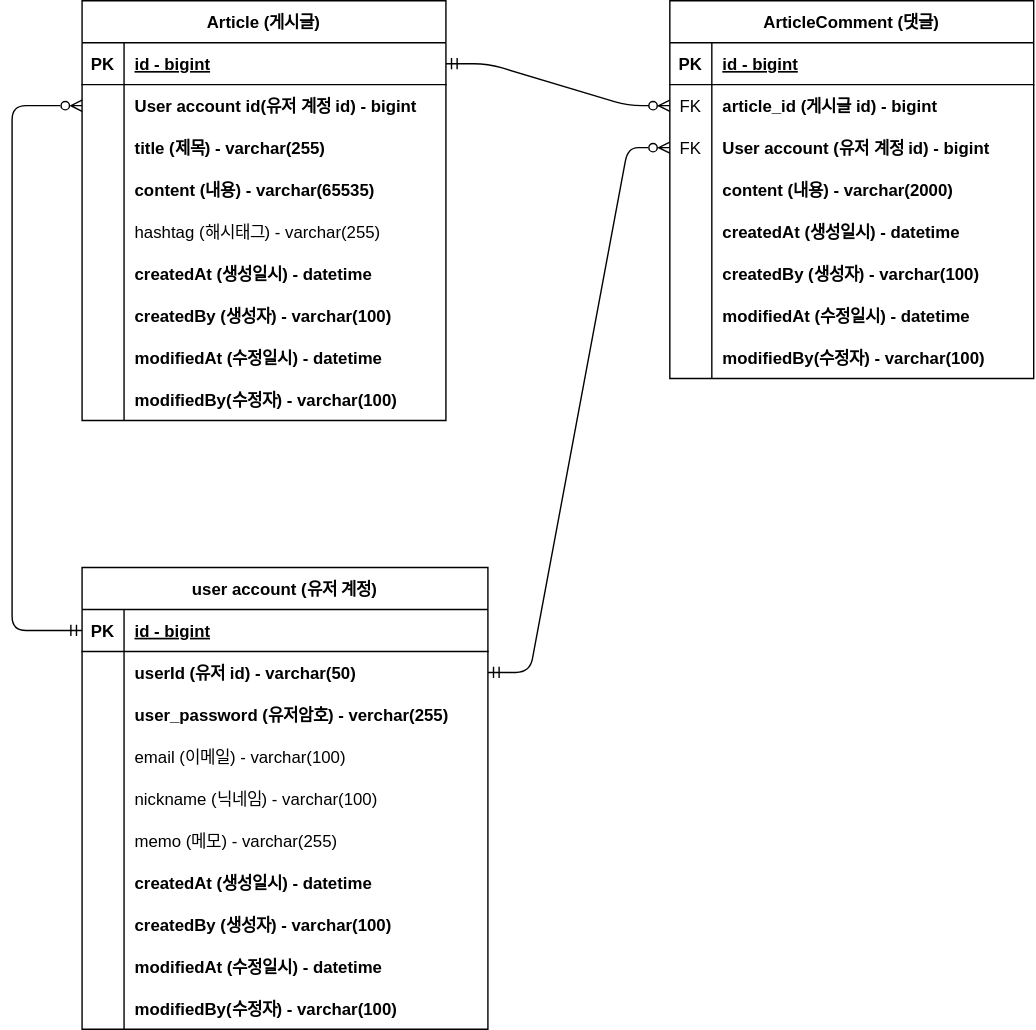
Above: 2.board-service/document/project-board-erd.svg in futuremaker019/several-project-practice (draw.io), before the change. Source tidied: cells renumbered, new cells last; positions are measured from the earlier drawing's top-left corner, leaving out a move shared by most shapes.
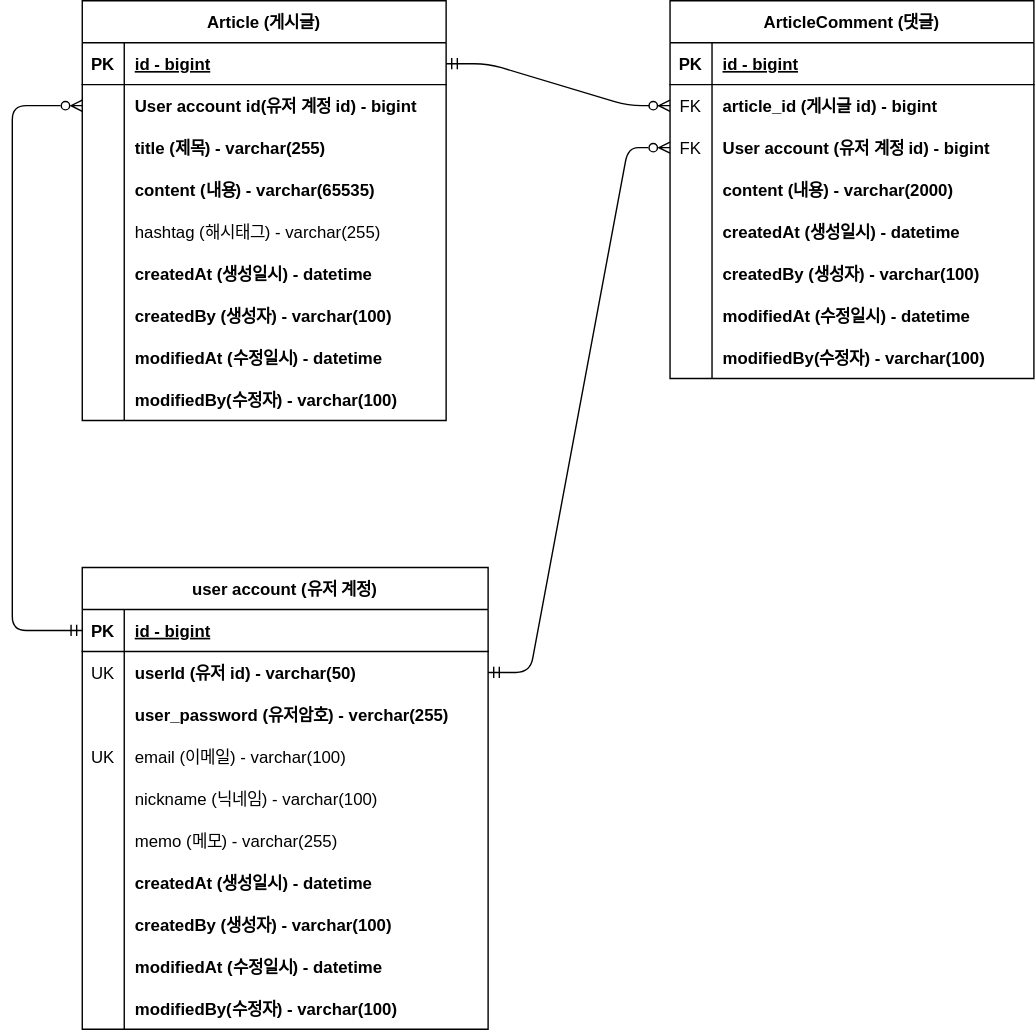
The same diagram one commit later.

Commit message:
#24 - project-board-erd.svg 업데이트 : userId에 유니크키 추가

What changed in the source:
```diff
@@ -179,7 +179,7 @@
     <mxCell id="60" style="shape=partialRectangle;fillColor=none;points=[[0,0.5],[1,0.5]];portConstraint=eastwest;top=0;left=0;right=0;bottom=0;" parent="56" vertex="1">
       <mxGeometry y="60" width="290" height="30" as="geometry" />
     </mxCell>
-    <mxCell id="61" style="shape=partialRectangle;overflow=hidden;fillColor=none;top=0;left=0;bottom=0;right=0;" parent="60" vertex="1">
+    <mxCell id="61" value="UK" style="shape=partialRectangle;overflow=hidden;fillColor=none;top=0;left=0;bottom=0;right=0;" parent="60" vertex="1">
       <mxGeometry width="30" height="30" as="geometry" />
     </mxCell>
     <mxCell id="62" value="userId (유저 id) - varchar(50)" style="shape=partialRectangle;overflow=hidden;fillColor=none;top=0;left=0;bottom=0;right=0;align=left;spacingLeft=6;fontStyle=1;" parent="60" vertex="1">
@@ -197,7 +197,7 @@
     <mxCell id="66" style="shape=partialRectangle;fillColor=none;top=0;left=0;right=0;bottom=0;" parent="56" vertex="1">
       <mxGeometry y="120" width="290" height="30" as="geometry" />
     </mxCell>
-    <mxCell id="67" style="shape=partialRectangle;overflow=hidden;fillColor=none;top=0;left=0;bottom=0;right=0;" parent="66" vertex="1">
+    <mxCell id="67" value="UK" style="shape=partialRectangle;overflow=hidden;fillColor=none;top=0;left=0;bottom=0;right=0;" parent="66" vertex="1">
       <mxGeometry width="30" height="30" as="geometry" />
     </mxCell>
     <mxCell id="68" value="email (이메일) - varchar(100)" style="shape=partialRectangle;overflow=hidden;fillColor=none;top=0;left=0;bottom=0;right=0;align=left;spacingLeft=6;fontStyle=0;" parent="66" vertex="1">
```
